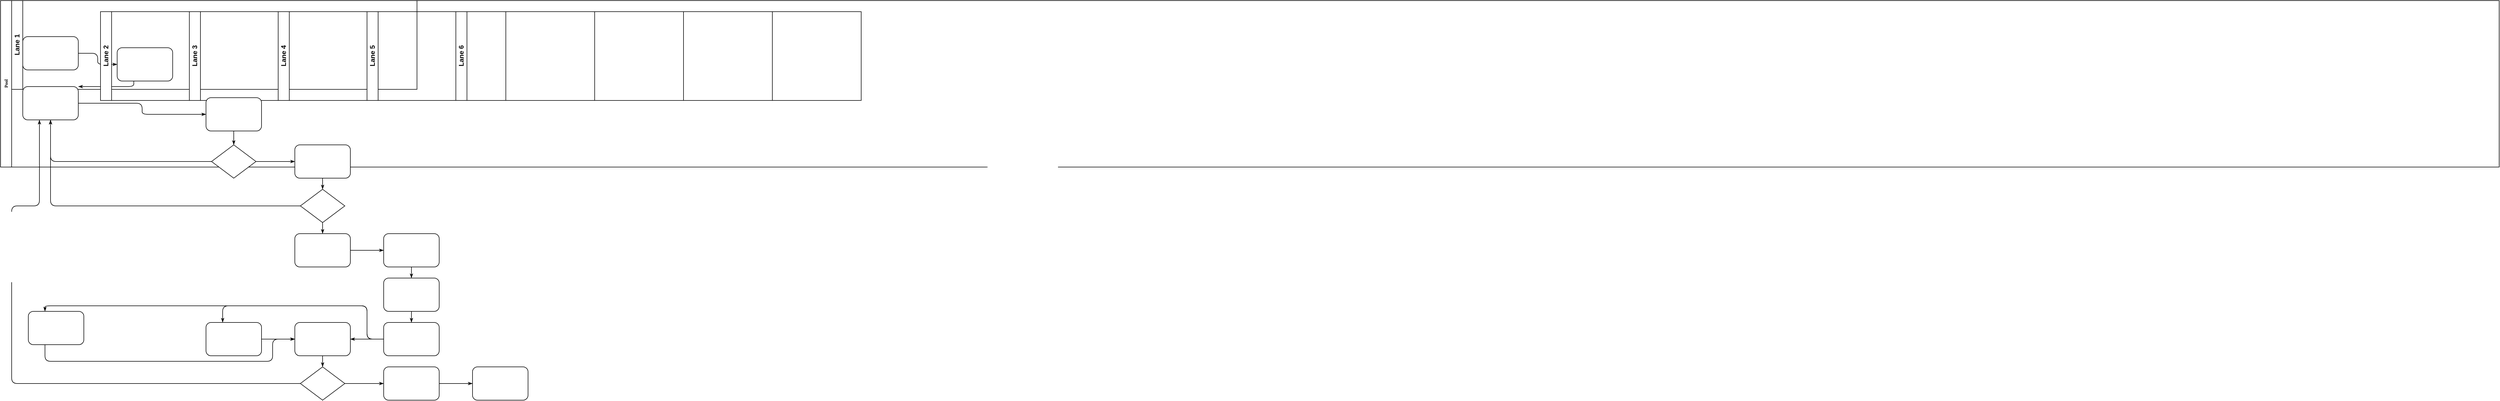
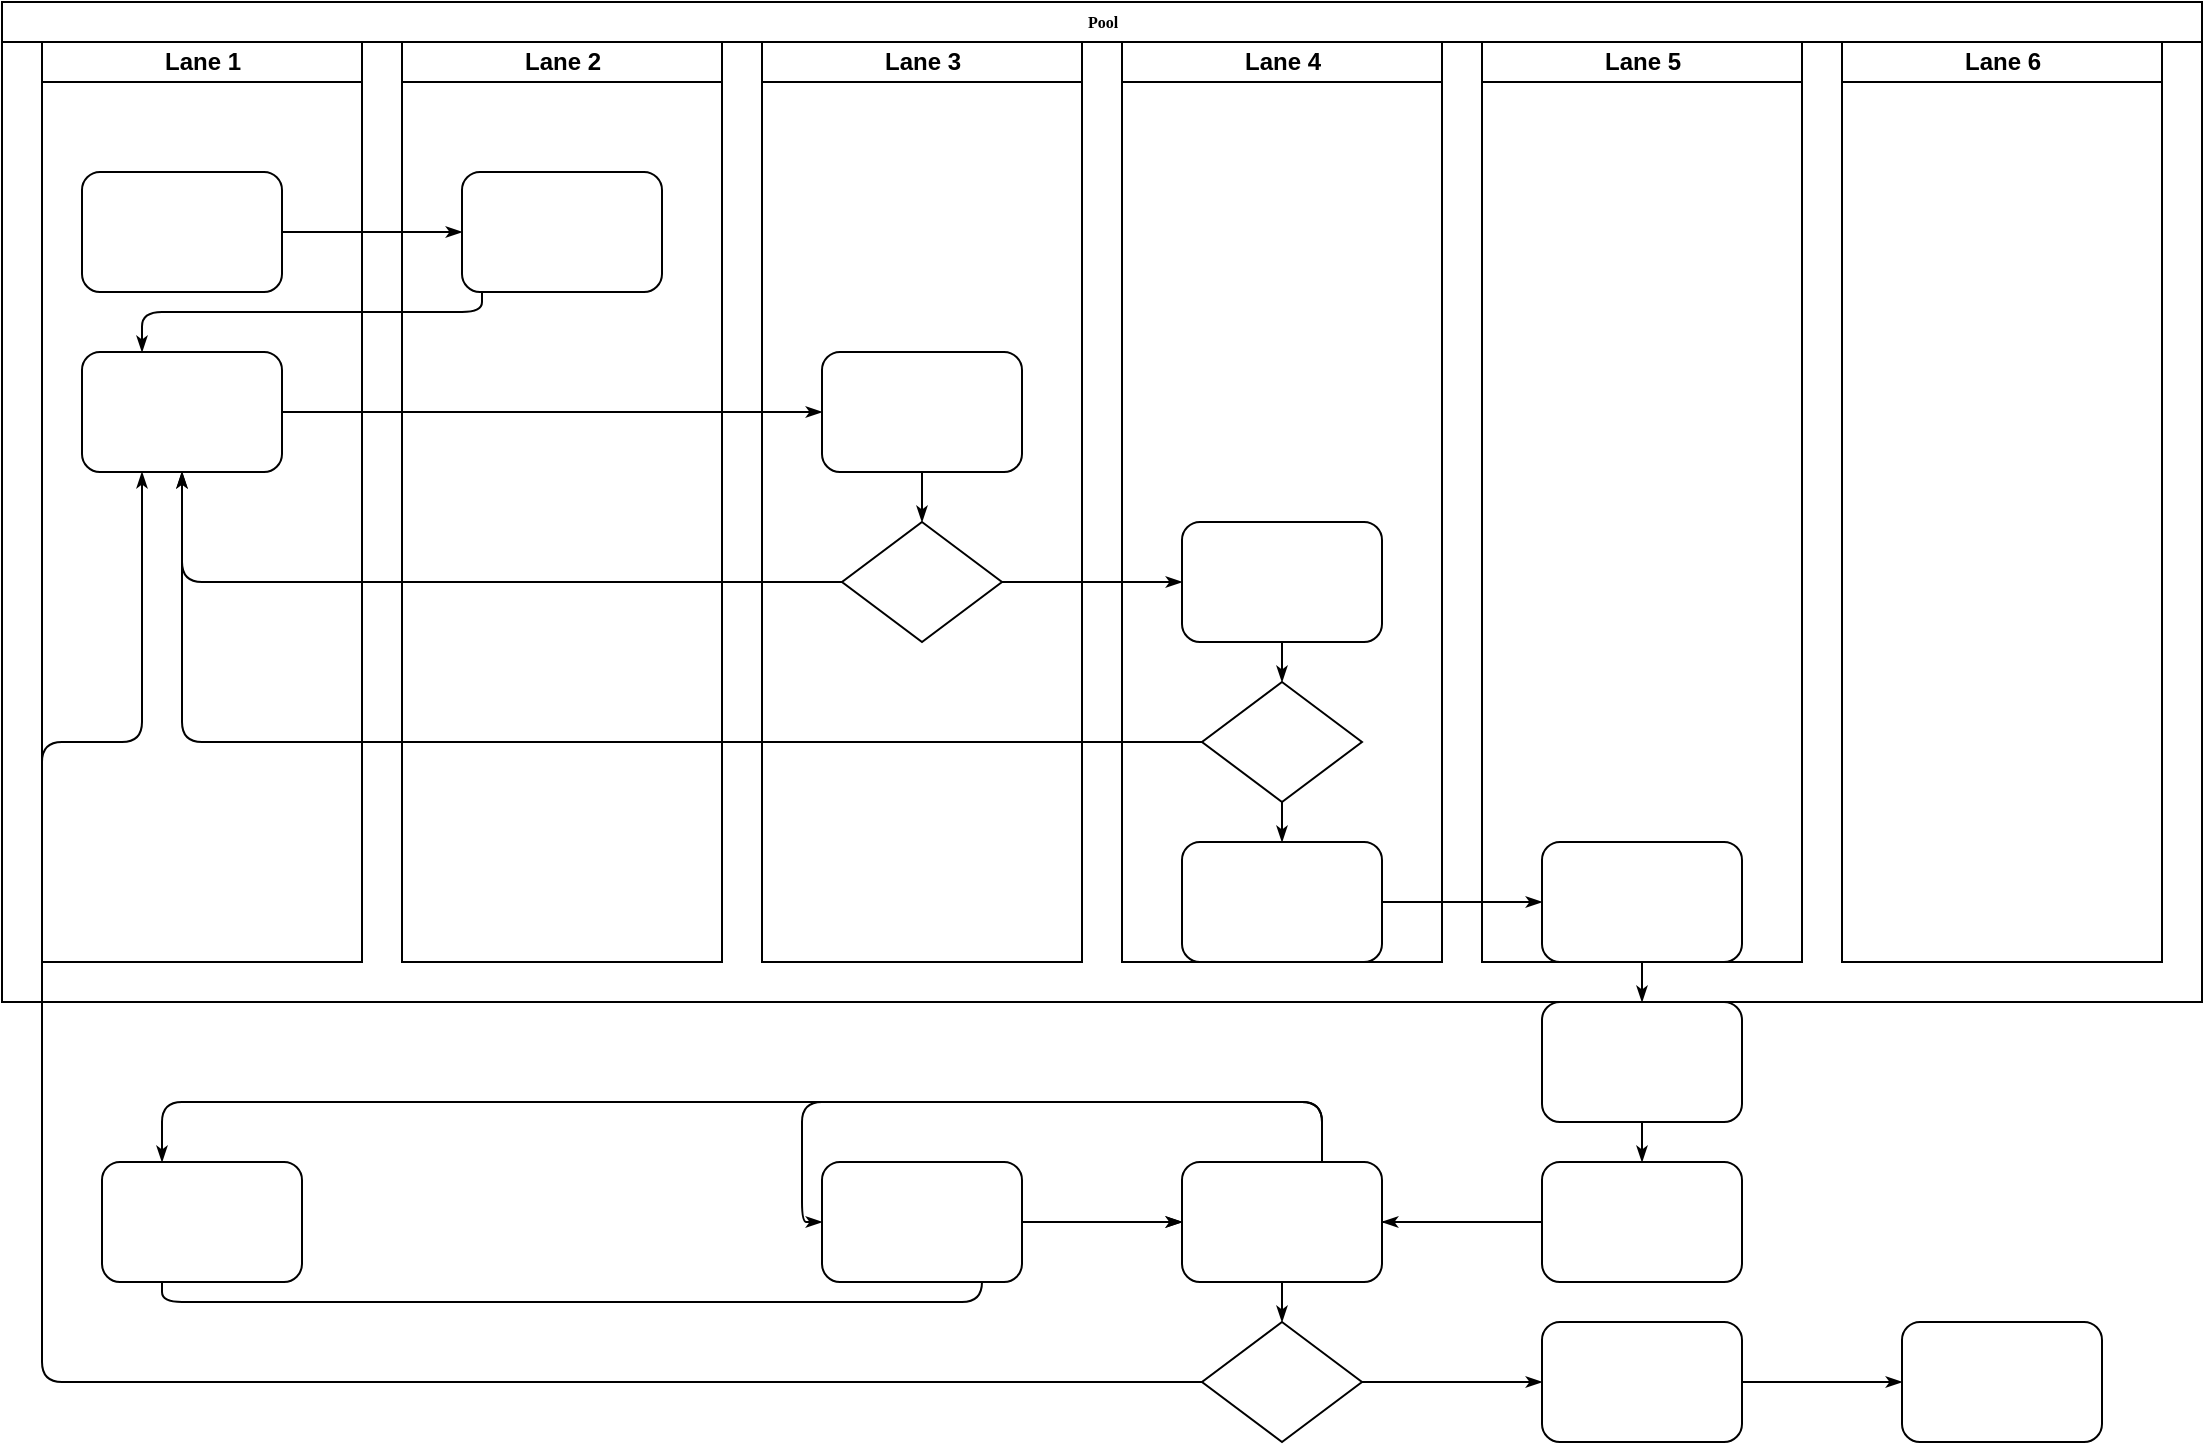
<mxfile host="localhost" modified="2021-05-13T06:26:17.307Z" agent="5.0 (Windows NT 10.0; Win64; x64) AppleWebKit/537.36 (KHTML, like Gecko) Chrome/90.0.4430.212 Safari/537.36" etag="BCXAXoKLO9oIDc7atNh_" version="@DRAWIO-VERSION@" type="device">
  <diagram name="Page-1" id="74e2e168-ea6b-b213-b513-2b3c1d86103e">
    <mxGraphModel dx="1408" dy="748" grid="1" gridSize="10" guides="1" tooltips="1" connect="1" arrows="1" fold="1" page="1" pageScale="1" pageWidth="1100" pageHeight="850" background="none" math="0" shadow="0">
      <root>
        <mxCell id="0" />
        <mxCell id="1" parent="0" />
-         <mxCell id="77e6c97f196da883-1" value="Pool" style="swimlane;html=1;childLayout=stackLayout;horizontal=0;startSize=20;horizontalStack=0;rounded=0;shadow=0;labelBackgroundColor=none;strokeWidth=1;fontFamily=Verdana;fontSize=8;align=center;" parent="1" vertex="1">
-           <mxGeometry x="40" y="40" width="4500" height="300" as="geometry" />
+         <mxCell id="77e6c97f196da883-1" value="Pool" style="swimlane;html=1;childLayout=stackLayout;horizontal=1;startSize=20;horizontalStack=1;rounded=0;shadow=0;labelBackgroundColor=none;strokeWidth=1;fontFamily=Verdana;fontSize=8;align=center;" parent="1" vertex="1">
+           <mxGeometry x="40" y="40" width="1100" height="500" as="geometry" />
        </mxCell>
-         <mxCell id="77e6c97f196da883-2" value="Lane 1" style="swimlane;html=1;startSize=20;horizontal=0;" parent="77e6c97f196da883-1" vertex="1">
-           <mxGeometry x="20" width="730" height="160" as="geometry" />
+         <mxCell id="77e6c97f196da883-2" value="Lane 1" style="swimlane;html=1;startSize=20;horizontal=1;" parent="77e6c97f196da883-1" vertex="1">
+           <mxGeometry x="20" y="20" width="160" height="460" as="geometry" />
        </mxCell>
        <mxCell id="77e6c97f196da883-8" value="" style="rounded=1;whiteSpace=wrap;html=1;shadow=0;labelBackgroundColor=none;strokeWidth=1;fontFamily=Verdana;fontSize=8;align=center;" parent="77e6c97f196da883-2" vertex="1">
          <mxGeometry x="20" y="65" width="100" height="60" as="geometry" />
        </mxCell>
        <mxCell id="77e6c97f196da883-9" value="" style="rounded=1;whiteSpace=wrap;html=1;shadow=0;labelBackgroundColor=none;strokeWidth=1;fontFamily=Verdana;fontSize=8;align=center;" parent="77e6c97f196da883-2" vertex="1">
          <mxGeometry x="20" y="155" width="100" height="60" as="geometry" />
        </mxCell>
        <mxCell id="77e6c97f196da883-10" value="" style="rounded=1;whiteSpace=wrap;html=1;shadow=0;labelBackgroundColor=none;strokeWidth=1;fontFamily=Verdana;fontSize=8;align=center;" parent="77e6c97f196da883-2" vertex="1">
          <mxGeometry x="30" y="560" width="100" height="60" as="geometry" />
        </mxCell>
        <mxCell id="77e6c97f196da883-26" style="edgeStyle=orthogonalEdgeStyle;rounded=1;html=1;labelBackgroundColor=none;startArrow=none;startFill=0;startSize=5;endArrow=classicThin;endFill=1;endSize=5;jettySize=auto;orthogonalLoop=1;strokeWidth=1;fontFamily=Verdana;fontSize=8" parent="77e6c97f196da883-1" source="77e6c97f196da883-8" target="77e6c97f196da883-11" edge="1">
          <mxGeometry relative="1" as="geometry" />
        </mxCell>
        <mxCell id="77e6c97f196da883-27" style="edgeStyle=orthogonalEdgeStyle;rounded=1;html=1;labelBackgroundColor=none;startArrow=none;startFill=0;startSize=5;endArrow=classicThin;endFill=1;endSize=5;jettySize=auto;orthogonalLoop=1;strokeWidth=1;fontFamily=Verdana;fontSize=8" parent="77e6c97f196da883-1" source="77e6c97f196da883-11" target="77e6c97f196da883-9" edge="1">
          <mxGeometry relative="1" as="geometry">
            <Array as="points">
              <mxPoint x="240" y="155" />
              <mxPoint x="70" y="155" />
            </Array>
          </mxGeometry>
        </mxCell>
        <mxCell id="77e6c97f196da883-28" style="edgeStyle=orthogonalEdgeStyle;rounded=1;html=1;labelBackgroundColor=none;startArrow=none;startFill=0;startSize=5;endArrow=classicThin;endFill=1;endSize=5;jettySize=auto;orthogonalLoop=1;strokeWidth=1;fontFamily=Verdana;fontSize=8" parent="77e6c97f196da883-1" source="77e6c97f196da883-9" target="77e6c97f196da883-12" edge="1">
          <mxGeometry relative="1" as="geometry" />
        </mxCell>
        <mxCell id="77e6c97f196da883-30" style="edgeStyle=orthogonalEdgeStyle;rounded=1;html=1;labelBackgroundColor=none;startArrow=none;startFill=0;startSize=5;endArrow=classicThin;endFill=1;endSize=5;jettySize=auto;orthogonalLoop=1;strokeWidth=1;fontFamily=Verdana;fontSize=8" parent="77e6c97f196da883-1" source="77e6c97f196da883-13" target="77e6c97f196da883-9" edge="1">
          <mxGeometry relative="1" as="geometry" />
        </mxCell>
        <mxCell id="77e6c97f196da883-31" style="edgeStyle=orthogonalEdgeStyle;rounded=1;html=1;labelBackgroundColor=none;startArrow=none;startFill=0;startSize=5;endArrow=classicThin;endFill=1;endSize=5;jettySize=auto;orthogonalLoop=1;strokeWidth=1;fontFamily=Verdana;fontSize=8" parent="77e6c97f196da883-1" source="77e6c97f196da883-16" target="77e6c97f196da883-9" edge="1">
          <mxGeometry relative="1" as="geometry" />
        </mxCell>
        <mxCell id="77e6c97f196da883-32" style="edgeStyle=orthogonalEdgeStyle;rounded=1;html=1;labelBackgroundColor=none;startArrow=none;startFill=0;startSize=5;endArrow=classicThin;endFill=1;endSize=5;jettySize=auto;orthogonalLoop=1;strokeWidth=1;fontFamily=Verdana;fontSize=8" parent="77e6c97f196da883-1" source="77e6c97f196da883-20" target="77e6c97f196da883-9" edge="1">
          <mxGeometry relative="1" as="geometry">
            <Array as="points">
              <mxPoint x="20" y="690" />
              <mxPoint x="20" y="370" />
              <mxPoint x="70" y="370" />
            </Array>
          </mxGeometry>
        </mxCell>
        <mxCell id="77e6c97f196da883-33" style="edgeStyle=orthogonalEdgeStyle;rounded=1;html=1;labelBackgroundColor=none;startArrow=none;startFill=0;startSize=5;endArrow=classicThin;endFill=1;endSize=5;jettySize=auto;orthogonalLoop=1;strokeWidth=1;fontFamily=Verdana;fontSize=8" parent="77e6c97f196da883-1" source="77e6c97f196da883-13" target="77e6c97f196da883-15" edge="1">
          <mxGeometry relative="1" as="geometry" />
        </mxCell>
        <mxCell id="77e6c97f196da883-39" style="edgeStyle=orthogonalEdgeStyle;rounded=1;html=1;labelBackgroundColor=none;startArrow=none;startFill=0;startSize=5;endArrow=classicThin;endFill=1;endSize=5;jettySize=auto;orthogonalLoop=1;strokeWidth=1;fontFamily=Verdana;fontSize=8" parent="77e6c97f196da883-1" source="77e6c97f196da883-20" target="77e6c97f196da883-23" edge="1">
          <mxGeometry relative="1" as="geometry" />
        </mxCell>
        <mxCell id="77e6c97f196da883-40" style="edgeStyle=orthogonalEdgeStyle;rounded=1;html=1;labelBackgroundColor=none;startArrow=none;startFill=0;startSize=5;endArrow=classicThin;endFill=1;endSize=5;jettySize=auto;orthogonalLoop=1;strokeWidth=1;fontFamily=Verdana;fontSize=8" parent="77e6c97f196da883-1" source="77e6c97f196da883-23" target="77e6c97f196da883-24" edge="1">
          <mxGeometry relative="1" as="geometry" />
        </mxCell>
        <mxCell id="107ba76e4e335f99-1" style="edgeStyle=orthogonalEdgeStyle;rounded=1;html=1;labelBackgroundColor=none;startArrow=none;startFill=0;startSize=5;endArrow=classicThin;endFill=1;endSize=5;jettySize=auto;orthogonalLoop=1;strokeWidth=1;fontFamily=Verdana;fontSize=8" parent="77e6c97f196da883-1" source="77e6c97f196da883-17" target="77e6c97f196da883-18" edge="1">
          <mxGeometry relative="1" as="geometry" />
        </mxCell>
        <mxCell id="107ba76e4e335f99-2" style="edgeStyle=orthogonalEdgeStyle;rounded=1;html=1;labelBackgroundColor=none;startArrow=none;startFill=0;startSize=5;endArrow=classicThin;endFill=1;endSize=5;jettySize=auto;orthogonalLoop=1;strokeWidth=1;fontFamily=Verdana;fontSize=8" parent="77e6c97f196da883-1" source="77e6c97f196da883-22" target="77e6c97f196da883-14" edge="1">
          <mxGeometry relative="1" as="geometry">
            <Array as="points">
              <mxPoint x="660" y="610" />
              <mxPoint x="660" y="550" />
              <mxPoint x="400" y="550" />
            </Array>
          </mxGeometry>
        </mxCell>
        <mxCell id="107ba76e4e335f99-3" style="edgeStyle=orthogonalEdgeStyle;rounded=1;html=1;labelBackgroundColor=none;startArrow=none;startFill=0;startSize=5;endArrow=classicThin;endFill=1;endSize=5;jettySize=auto;orthogonalLoop=1;strokeColor=#000000;strokeWidth=1;fontFamily=Verdana;fontSize=8;fontColor=#000000;" parent="77e6c97f196da883-1" source="77e6c97f196da883-22" target="77e6c97f196da883-19" edge="1">
          <mxGeometry relative="1" as="geometry" />
        </mxCell>
        <mxCell id="107ba76e4e335f99-4" style="edgeStyle=orthogonalEdgeStyle;rounded=1;html=1;labelBackgroundColor=none;startArrow=none;startFill=0;startSize=5;endArrow=classicThin;endFill=1;endSize=5;jettySize=auto;orthogonalLoop=1;strokeWidth=1;fontFamily=Verdana;fontSize=8" parent="77e6c97f196da883-1" source="77e6c97f196da883-22" target="77e6c97f196da883-10" edge="1">
          <mxGeometry relative="1" as="geometry">
            <Array as="points">
              <mxPoint x="660" y="610" />
              <mxPoint x="660" y="550" />
              <mxPoint x="80" y="550" />
            </Array>
          </mxGeometry>
        </mxCell>
        <mxCell id="107ba76e4e335f99-5" style="edgeStyle=orthogonalEdgeStyle;rounded=1;html=1;labelBackgroundColor=none;startArrow=none;startFill=0;startSize=5;endArrow=classicThin;endFill=1;endSize=5;jettySize=auto;orthogonalLoop=1;strokeWidth=1;fontFamily=Verdana;fontSize=8" parent="77e6c97f196da883-1" source="77e6c97f196da883-10" target="77e6c97f196da883-19" edge="1">
          <mxGeometry relative="1" as="geometry">
            <Array as="points">
              <mxPoint x="80" y="650" />
              <mxPoint x="490" y="650" />
              <mxPoint x="490" y="610" />
            </Array>
          </mxGeometry>
        </mxCell>
        <mxCell id="107ba76e4e335f99-6" style="edgeStyle=orthogonalEdgeStyle;rounded=1;html=1;labelBackgroundColor=none;startArrow=none;startFill=0;startSize=5;endArrow=classicThin;endFill=1;endSize=5;jettySize=auto;orthogonalLoop=1;strokeWidth=1;fontFamily=Verdana;fontSize=8" parent="77e6c97f196da883-1" source="77e6c97f196da883-14" target="77e6c97f196da883-19" edge="1">
          <mxGeometry relative="1" as="geometry" />
        </mxCell>
-         <mxCell id="77e6c97f196da883-3" value="Lane 2" style="swimlane;html=1;startSize=20;horizontal=0;" parent="77e6c97f196da883-1" vertex="1">
-           <mxGeometry x="180" y="20" width="730" height="160" as="geometry" />
+         <mxCell id="77e6c97f196da883-3" value="Lane 2" style="swimlane;html=1;startSize=20;horizontal=1;" parent="77e6c97f196da883-1" vertex="1">
+           <mxGeometry x="200" y="20" width="160" height="460" as="geometry" />
        </mxCell>
        <mxCell id="77e6c97f196da883-11" value="" style="rounded=1;whiteSpace=wrap;html=1;shadow=0;labelBackgroundColor=none;strokeWidth=1;fontFamily=Verdana;fontSize=8;align=center;" parent="77e6c97f196da883-3" vertex="1">
          <mxGeometry x="30" y="65" width="100" height="60" as="geometry" />
        </mxCell>
-         <mxCell id="77e6c97f196da883-4" value="Lane 3" style="swimlane;html=1;startSize=20;horizontal=0;" parent="77e6c97f196da883-1" vertex="1">
-           <mxGeometry x="340" y="20" width="730" height="160" as="geometry" />
+         <mxCell id="77e6c97f196da883-4" value="Lane 3" style="swimlane;html=1;startSize=20;horizontal=1;" parent="77e6c97f196da883-1" vertex="1">
+           <mxGeometry x="380" y="20" width="160" height="460" as="geometry" />
        </mxCell>
        <mxCell id="77e6c97f196da883-12" value="" style="rounded=1;whiteSpace=wrap;html=1;shadow=0;labelBackgroundColor=none;strokeWidth=1;fontFamily=Verdana;fontSize=8;align=center;" parent="77e6c97f196da883-4" vertex="1">
          <mxGeometry x="30" y="155" width="100" height="60" as="geometry" />
        </mxCell>
        <mxCell id="77e6c97f196da883-13" value="" style="rhombus;whiteSpace=wrap;html=1;rounded=0;shadow=0;labelBackgroundColor=none;strokeWidth=1;fontFamily=Verdana;fontSize=8;align=center;" parent="77e6c97f196da883-4" vertex="1">
          <mxGeometry x="40" y="240" width="80" height="60" as="geometry" />
        </mxCell>
        <mxCell id="77e6c97f196da883-14" value="" style="rounded=1;whiteSpace=wrap;html=1;shadow=0;labelBackgroundColor=none;strokeWidth=1;fontFamily=Verdana;fontSize=8;align=center;" parent="77e6c97f196da883-4" vertex="1">
          <mxGeometry x="30" y="560" width="100" height="60" as="geometry" />
        </mxCell>
        <mxCell id="77e6c97f196da883-29" style="edgeStyle=orthogonalEdgeStyle;rounded=1;html=1;labelBackgroundColor=none;startArrow=none;startFill=0;startSize=5;endArrow=classicThin;endFill=1;endSize=5;jettySize=auto;orthogonalLoop=1;strokeWidth=1;fontFamily=Verdana;fontSize=8" parent="77e6c97f196da883-4" source="77e6c97f196da883-12" target="77e6c97f196da883-13" edge="1">
          <mxGeometry relative="1" as="geometry" />
        </mxCell>
-         <mxCell id="77e6c97f196da883-5" value="Lane 4" style="swimlane;html=1;startSize=20;horizontal=0;" parent="77e6c97f196da883-1" vertex="1">
-           <mxGeometry x="500" y="20" width="730" height="160" as="geometry" />
+         <mxCell id="77e6c97f196da883-5" value="Lane 4" style="swimlane;html=1;startSize=20;horizontal=1;" parent="77e6c97f196da883-1" vertex="1">
+           <mxGeometry x="560" y="20" width="160" height="460" as="geometry" />
        </mxCell>
        <mxCell id="77e6c97f196da883-15" value="" style="rounded=1;whiteSpace=wrap;html=1;shadow=0;labelBackgroundColor=none;strokeWidth=1;fontFamily=Verdana;fontSize=8;align=center;" parent="77e6c97f196da883-5" vertex="1">
          <mxGeometry x="30" y="240" width="100" height="60" as="geometry" />
        </mxCell>
        <mxCell id="77e6c97f196da883-16" value="" style="rhombus;whiteSpace=wrap;html=1;rounded=0;shadow=0;labelBackgroundColor=none;strokeWidth=1;fontFamily=Verdana;fontSize=8;align=center;" parent="77e6c97f196da883-5" vertex="1">
          <mxGeometry x="40" y="320" width="80" height="60" as="geometry" />
        </mxCell>
        <mxCell id="77e6c97f196da883-17" value="" style="rounded=1;whiteSpace=wrap;html=1;shadow=0;labelBackgroundColor=none;strokeWidth=1;fontFamily=Verdana;fontSize=8;align=center;" parent="77e6c97f196da883-5" vertex="1">
          <mxGeometry x="30" y="400" width="100" height="60" as="geometry" />
        </mxCell>
        <mxCell id="77e6c97f196da883-19" value="" style="rounded=1;whiteSpace=wrap;html=1;shadow=0;labelBackgroundColor=none;strokeWidth=1;fontFamily=Verdana;fontSize=8;align=center;" parent="77e6c97f196da883-5" vertex="1">
          <mxGeometry x="30" y="560" width="100" height="60" as="geometry" />
        </mxCell>
        <mxCell id="77e6c97f196da883-20" value="" style="rhombus;whiteSpace=wrap;html=1;rounded=0;shadow=0;labelBackgroundColor=none;strokeWidth=1;fontFamily=Verdana;fontSize=8;align=center;" parent="77e6c97f196da883-5" vertex="1">
          <mxGeometry x="40" y="640" width="80" height="60" as="geometry" />
        </mxCell>
        <mxCell id="77e6c97f196da883-34" style="edgeStyle=orthogonalEdgeStyle;rounded=1;html=1;labelBackgroundColor=none;startArrow=none;startFill=0;startSize=5;endArrow=classicThin;endFill=1;endSize=5;jettySize=auto;orthogonalLoop=1;strokeColor=#000000;strokeWidth=1;fontFamily=Verdana;fontSize=8;fontColor=#000000;" parent="77e6c97f196da883-5" source="77e6c97f196da883-15" target="77e6c97f196da883-16" edge="1">
          <mxGeometry relative="1" as="geometry" />
        </mxCell>
        <mxCell id="77e6c97f196da883-35" style="edgeStyle=orthogonalEdgeStyle;rounded=1;html=1;labelBackgroundColor=none;startArrow=none;startFill=0;startSize=5;endArrow=classicThin;endFill=1;endSize=5;jettySize=auto;orthogonalLoop=1;strokeWidth=1;fontFamily=Verdana;fontSize=8" parent="77e6c97f196da883-5" source="77e6c97f196da883-16" target="77e6c97f196da883-17" edge="1">
          <mxGeometry relative="1" as="geometry" />
        </mxCell>
        <mxCell id="77e6c97f196da883-36" style="edgeStyle=orthogonalEdgeStyle;rounded=1;html=1;labelBackgroundColor=none;startArrow=none;startFill=0;startSize=5;endArrow=classicThin;endFill=1;endSize=5;jettySize=auto;orthogonalLoop=1;strokeWidth=1;fontFamily=Verdana;fontSize=8" parent="77e6c97f196da883-5" source="77e6c97f196da883-19" target="77e6c97f196da883-20" edge="1">
          <mxGeometry relative="1" as="geometry" />
        </mxCell>
-         <mxCell id="77e6c97f196da883-6" value="Lane 5" style="swimlane;html=1;startSize=20;horizontal=0;" parent="77e6c97f196da883-1" vertex="1">
-           <mxGeometry x="660" y="20" width="730" height="160" as="geometry" />
+         <mxCell id="77e6c97f196da883-6" value="Lane 5" style="swimlane;html=1;startSize=20;horizontal=1;" parent="77e6c97f196da883-1" vertex="1">
+           <mxGeometry x="740" y="20" width="160" height="460" as="geometry" />
        </mxCell>
        <mxCell id="77e6c97f196da883-18" value="" style="rounded=1;whiteSpace=wrap;html=1;shadow=0;labelBackgroundColor=none;strokeWidth=1;fontFamily=Verdana;fontSize=8;align=center;" parent="77e6c97f196da883-6" vertex="1">
          <mxGeometry x="30" y="400" width="100" height="60" as="geometry" />
        </mxCell>
        <mxCell id="77e6c97f196da883-21" value="" style="rounded=1;whiteSpace=wrap;html=1;shadow=0;labelBackgroundColor=none;strokeWidth=1;fontFamily=Verdana;fontSize=8;align=center;" parent="77e6c97f196da883-6" vertex="1">
          <mxGeometry x="30" y="480" width="100" height="60" as="geometry" />
        </mxCell>
        <mxCell id="77e6c97f196da883-22" value="" style="rounded=1;whiteSpace=wrap;html=1;shadow=0;labelBackgroundColor=none;strokeWidth=1;fontFamily=Verdana;fontSize=8;align=center;" parent="77e6c97f196da883-6" vertex="1">
          <mxGeometry x="30" y="560" width="100" height="60" as="geometry" />
        </mxCell>
        <mxCell id="77e6c97f196da883-23" value="" style="rounded=1;whiteSpace=wrap;html=1;shadow=0;labelBackgroundColor=none;strokeWidth=1;fontFamily=Verdana;fontSize=8;align=center;" parent="77e6c97f196da883-6" vertex="1">
          <mxGeometry x="30" y="640" width="100" height="60" as="geometry" />
        </mxCell>
        <mxCell id="77e6c97f196da883-37" style="edgeStyle=orthogonalEdgeStyle;rounded=1;html=1;labelBackgroundColor=none;startArrow=none;startFill=0;startSize=5;endArrow=classicThin;endFill=1;endSize=5;jettySize=auto;orthogonalLoop=1;strokeWidth=1;fontFamily=Verdana;fontSize=8" parent="77e6c97f196da883-6" source="77e6c97f196da883-18" target="77e6c97f196da883-21" edge="1">
          <mxGeometry relative="1" as="geometry" />
        </mxCell>
        <mxCell id="77e6c97f196da883-38" style="edgeStyle=orthogonalEdgeStyle;rounded=1;html=1;labelBackgroundColor=none;startArrow=none;startFill=0;startSize=5;endArrow=classicThin;endFill=1;endSize=5;jettySize=auto;orthogonalLoop=1;strokeWidth=1;fontFamily=Verdana;fontSize=8" parent="77e6c97f196da883-6" source="77e6c97f196da883-21" target="77e6c97f196da883-22" edge="1">
          <mxGeometry relative="1" as="geometry" />
        </mxCell>
-         <mxCell id="77e6c97f196da883-7" value="Lane 6" style="swimlane;html=1;startSize=20;horizontal=0;" parent="77e6c97f196da883-1" vertex="1">
-           <mxGeometry x="820" y="20" width="730" height="160" as="geometry" />
+         <mxCell id="77e6c97f196da883-7" value="Lane 6" style="swimlane;html=1;startSize=20;horizontal=1;" parent="77e6c97f196da883-1" vertex="1">
+           <mxGeometry x="920" y="20" width="160" height="460" as="geometry" />
        </mxCell>
        <mxCell id="77e6c97f196da883-24" value="" style="rounded=1;whiteSpace=wrap;html=1;shadow=0;labelBackgroundColor=none;strokeWidth=1;fontFamily=Verdana;fontSize=8;align=center;" parent="77e6c97f196da883-7" vertex="1">
          <mxGeometry x="30" y="640" width="100" height="60" as="geometry" />
        </mxCell>
      </root>
    </mxGraphModel>
  </diagram>
</mxfile>
